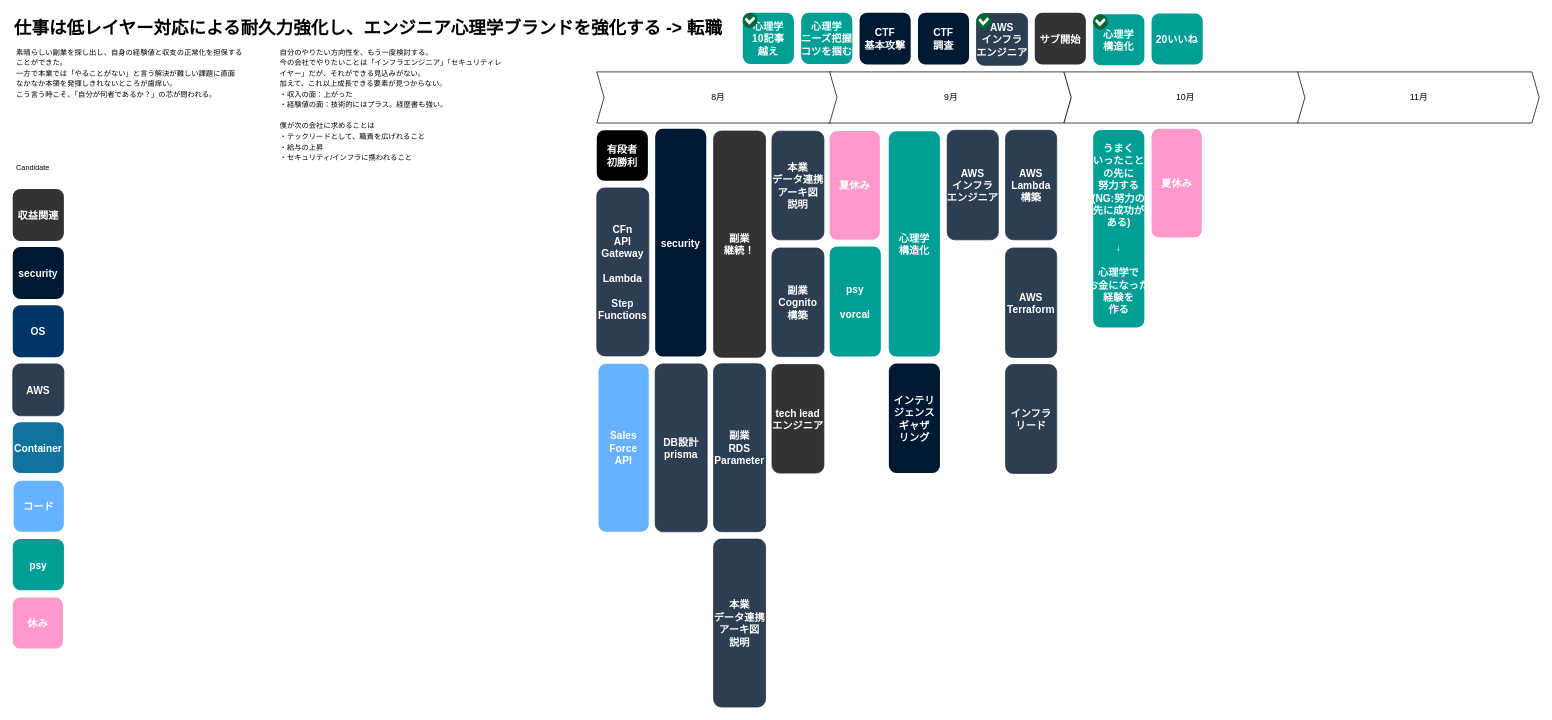
This is page "2024_08" (3 of 13) of life/life.drawio from minegishirei/draw_v1, a draw.io file, before an edit. Source tidied: cells renumbered, new cells numbered last; positions are measured from the earlier drawing's top-left corner, leaving out a move shared by most shapes. Both pictures are drawn from the tidied source at 73%, with x=0, y=0 at pixel (12, 12).
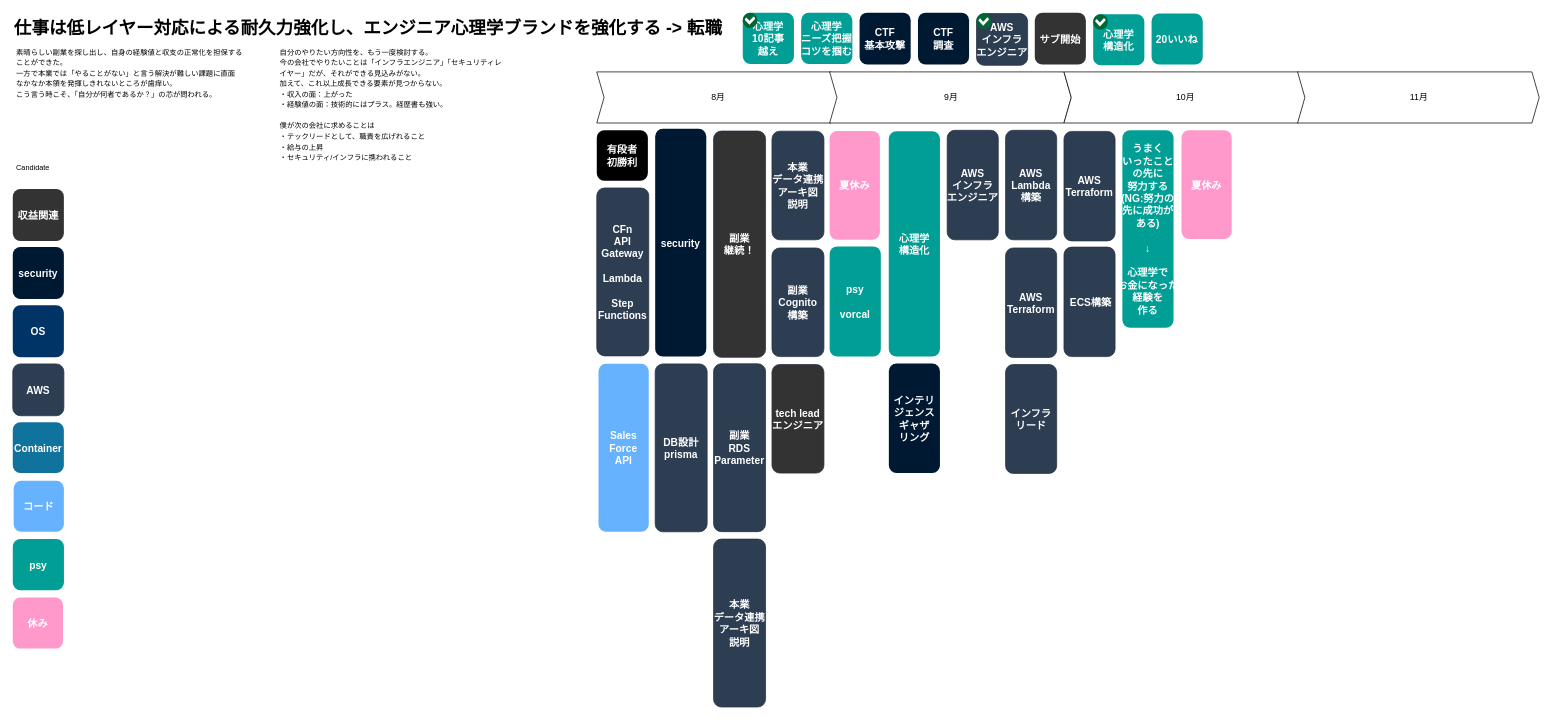
After the change.

Commit message:
life.drawio を更新します

Change to the diagram source:
```diff
@@
     <mxCell id="30" value="夏休み" style="rounded=1;fillColor=#FF99CC;strokeColor=none;shadow=0;gradientColor=none;fontStyle=1;fontColor=#FFFFFF;fontSize=14;" parent="1" vertex="1">
-      <mxGeometry x="1560" y="158.8" width="68.8" height="149" as="geometry" />
+      <mxGeometry x="1601" y="161" width="68.8" height="149" as="geometry" />
     </mxCell>
@@
     <mxCell id="49" value="うまく&#10;いったこと&#10;の先に&#10;努力する&#10;(NG:努力の&#10;先に成功が&#10;ある)&#10;&#10;↓&#10;&#10;心理学で&#10;お金になった&#10;経験を&#10;作る" style="rounded=1;fillColor=#019E95;strokeColor=none;shadow=0;gradientColor=none;fontStyle=1;fontColor=#FFFFFF;fontSize=14;" parent="1" vertex="1">
-      <mxGeometry x="1480" y="160.5" width="70.1" height="270.5" as="geometry" />
+      <mxGeometry x="1520" y="161" width="70.1" height="270.5" as="geometry" />
     </mxCell>
+    <mxCell id="50" value="AWS&#10;Terraform" style="rounded=1;fillColor=#2E3E52;strokeColor=#232F3E;shadow=0;gradientColor=none;fontStyle=1;fontColor=#FFFFFF;fontSize=14;" parent="1" vertex="1">
+      <mxGeometry x="1440" y="162.5" width="70" height="150" as="geometry" />
+    </mxCell>
+    <mxCell id="51" value=" ECS構築" style="rounded=1;fillColor=#2E3E52;strokeColor=#232F3E;shadow=0;gradientColor=none;fontStyle=1;fontColor=#FFFFFF;fontSize=14;" parent="1" vertex="1">
+      <mxGeometry x="1440" y="321" width="70" height="150" as="geometry" />
+    </mxCell>
```
